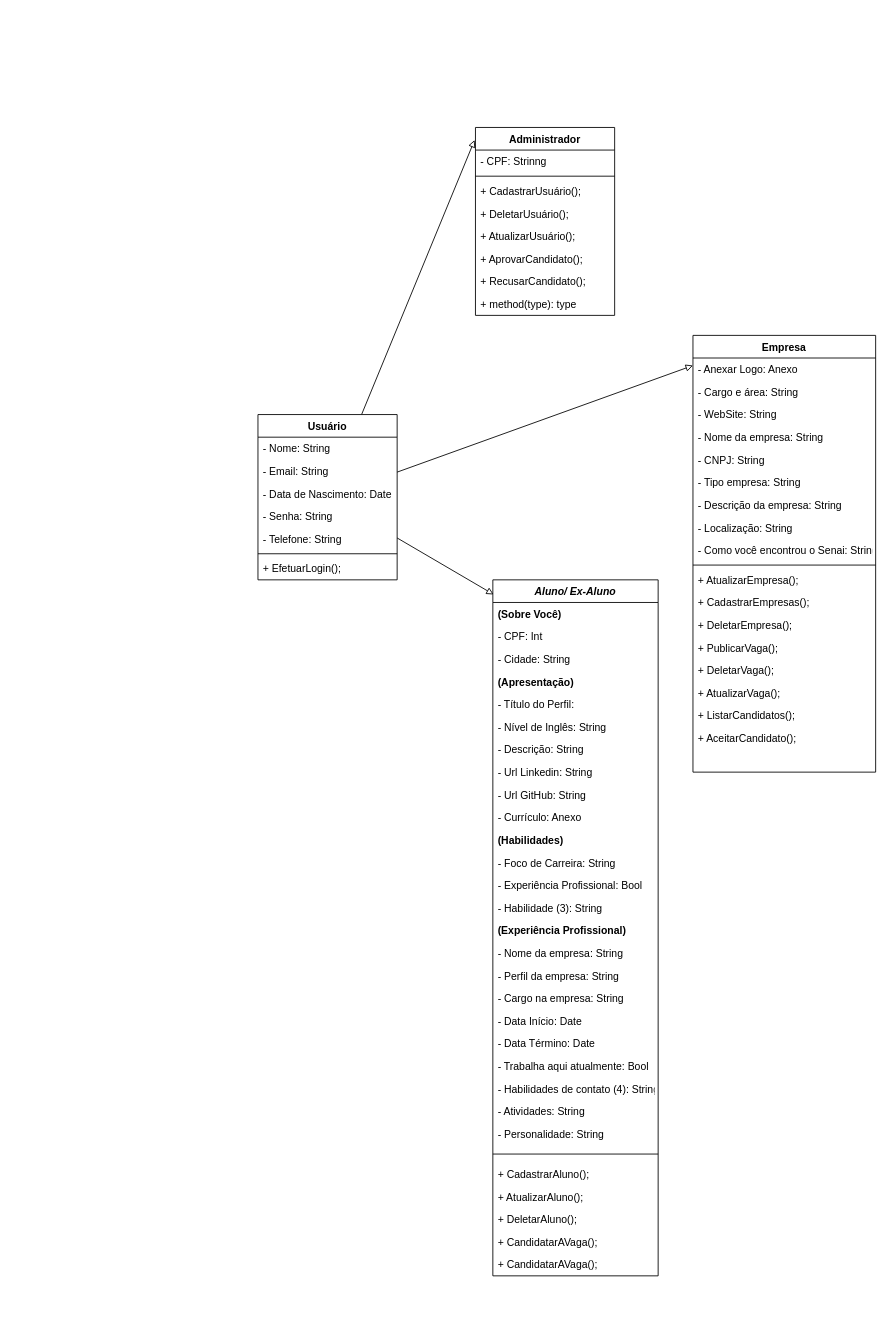
Earlier version of the draw.io diagram Diagramas/Diagrama de Classe.drawio (renansalvino/GoVagas). Source tidied: cells renumbered, new cells numbered last; positions are measured from the earlier drawing's top-left corner, leaving out a move shared by most shapes. Both pictures are drawn from the tidied source at 87%, with x=0, y=0 at pixel (258, 127).
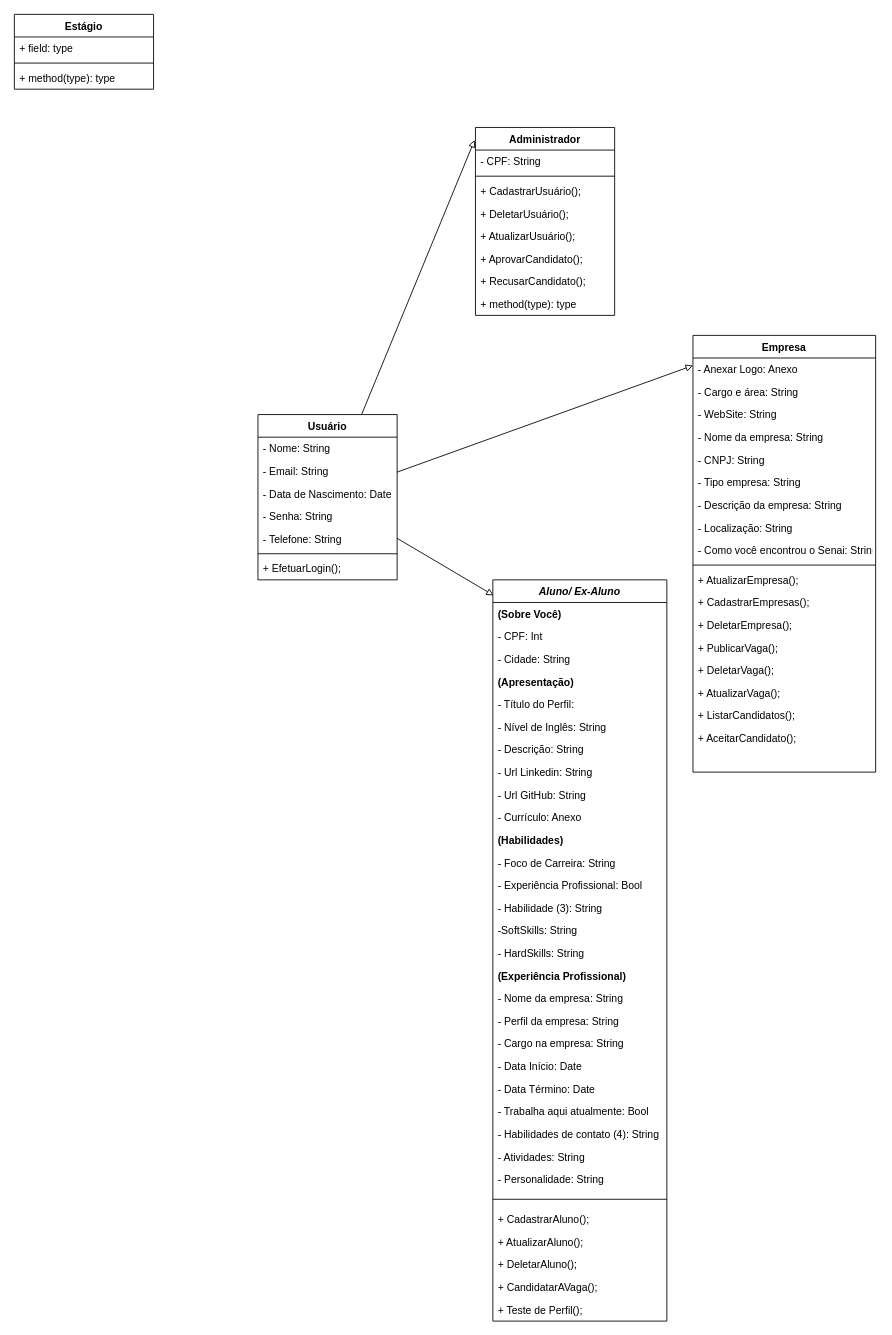
After the change.

Commit message:
Alteração de alguns elementos no diagrama de classe. Fazer tabela de estágio

Unchanged cells that the change refers to:
```xml
<mxCell id="4" value="Administrador" style="swimlane;fontStyle=1;align=center;verticalAlign=top;horizontal=1;startSize=26;" parent="1" vertex="1">
  <mxGeometry x="250" width="160" height="216" as="geometry" />
</mxCell>
```

Change to the diagram source:
```diff
@@
-    <mxCell id="5" value="- CPF: Strinng" style="text;strokeColor=none;fillColor=none;align=left;verticalAlign=top;spacingLeft=4;spacingRight=4;overflow=hidden;" parent="4" vertex="1">
+    <mxCell id="5" value="- CPF: String" style="text;strokeColor=none;fillColor=none;align=left;verticalAlign=top;spacingLeft=4;spacingRight=4;overflow=hidden;" parent="4" vertex="1">
       <mxGeometry y="26" width="160" height="26" as="geometry" />
     </mxCell>
@@
     <mxCell id="41" value="Aluno/ Ex-Aluno" style="swimlane;fontStyle=3;align=center;verticalAlign=top;horizontal=1;startSize=26;rounded=0;shadow=0;strokeWidth=1;" parent="1" vertex="1">
-      <mxGeometry x="270" y="520" width="190" height="800" as="geometry" />
+      <mxGeometry x="270" y="520" width="200" height="852" as="geometry" />
     </mxCell>
     <mxCell id="42" value="(Sobre Você)" style="text;align=left;verticalAlign=top;spacingLeft=4;spacingRight=4;overflow=hidden;rounded=0;shadow=0;html=0;fontStyle=1;" parent="41" vertex="1">
-      <mxGeometry y="26" width="190" height="26" as="geometry" />
+      <mxGeometry y="26" width="200" height="26" as="geometry" />
     </mxCell>
     <mxCell id="43" value="- CPF: Int" style="text;align=left;verticalAlign=top;spacingLeft=4;spacingRight=4;overflow=hidden;rounded=0;shadow=0;html=0;" parent="41" vertex="1">
-      <mxGeometry y="52" width="190" height="26" as="geometry" />
+      <mxGeometry y="52" width="200" height="26" as="geometry" />
     </mxCell>
     <mxCell id="44" value="- Cidade: String" style="text;align=left;verticalAlign=top;spacingLeft=4;spacingRight=4;overflow=hidden;rounded=0;shadow=0;html=0;" parent="41" vertex="1">
-      <mxGeometry y="78" width="190" height="26" as="geometry" />
+      <mxGeometry y="78" width="200" height="26" as="geometry" />
     </mxCell>
     <mxCell id="45" value="(Apresentação)" style="text;align=left;verticalAlign=top;spacingLeft=4;spacingRight=4;overflow=hidden;rounded=0;shadow=0;html=0;fontStyle=1;" parent="41" vertex="1">
-      <mxGeometry y="104" width="190" height="26" as="geometry" />
+      <mxGeometry y="104" width="200" height="26" as="geometry" />
     </mxCell>
     <mxCell id="46" value="- Título do Perfil:" style="text;align=left;verticalAlign=top;spacingLeft=4;spacingRight=4;overflow=hidden;rounded=0;shadow=0;html=0;" parent="41" vertex="1">
-      <mxGeometry y="130" width="190" height="26" as="geometry" />
+      <mxGeometry y="130" width="200" height="26" as="geometry" />
     </mxCell>
     <mxCell id="47" value="- Nível de Inglês: String" style="text;align=left;verticalAlign=top;spacingLeft=4;spacingRight=4;overflow=hidden;rounded=0;shadow=0;html=0;" parent="41" vertex="1">
-      <mxGeometry y="156" width="190" height="26" as="geometry" />
+      <mxGeometry y="156" width="200" height="26" as="geometry" />
     </mxCell>
     <mxCell id="48" value="- Descrição: String" style="text;align=left;verticalAlign=top;spacingLeft=4;spacingRight=4;overflow=hidden;rounded=0;shadow=0;html=0;" parent="41" vertex="1">
-      <mxGeometry y="182" width="190" height="26" as="geometry" />
+      <mxGeometry y="182" width="200" height="26" as="geometry" />
     </mxCell>
     <mxCell id="49" value="- Url Linkedin: String" style="text;align=left;verticalAlign=top;spacingLeft=4;spacingRight=4;overflow=hidden;rounded=0;shadow=0;html=0;" parent="41" vertex="1">
-      <mxGeometry y="208" width="190" height="26" as="geometry" />
+      <mxGeometry y="208" width="200" height="26" as="geometry" />
     </mxCell>
     <mxCell id="50" value="- Url GitHub: String" style="text;align=left;verticalAlign=top;spacingLeft=4;spacingRight=4;overflow=hidden;rounded=0;shadow=0;html=0;" parent="41" vertex="1">
-      <mxGeometry y="234" width="190" height="26" as="geometry" />
+      <mxGeometry y="234" width="200" height="26" as="geometry" />
     </mxCell>
     <mxCell id="51" value="- Currículo: Anexo " style="text;align=left;verticalAlign=top;spacingLeft=4;spacingRight=4;overflow=hidden;rounded=0;shadow=0;html=0;" parent="41" vertex="1">
-      <mxGeometry y="260" width="190" height="26" as="geometry" />
+      <mxGeometry y="260" width="200" height="26" as="geometry" />
     </mxCell>
     <mxCell id="52" value="(Habilidades)" style="text;align=left;verticalAlign=top;spacingLeft=4;spacingRight=4;overflow=hidden;rounded=0;shadow=0;html=0;fontStyle=1;" parent="41" vertex="1">
-      <mxGeometry y="286" width="190" height="26" as="geometry" />
+      <mxGeometry y="286" width="200" height="26" as="geometry" />
     </mxCell>
     <mxCell id="53" value="- Foco de Carreira: String" style="text;align=left;verticalAlign=top;spacingLeft=4;spacingRight=4;overflow=hidden;rounded=0;shadow=0;html=0;" parent="41" vertex="1">
-      <mxGeometry y="312" width="190" height="26" as="geometry" />
+      <mxGeometry y="312" width="200" height="26" as="geometry" />
     </mxCell>
     <mxCell id="54" value="- Experiência Profissional: Bool" style="text;align=left;verticalAlign=top;spacingLeft=4;spacingRight=4;overflow=hidden;rounded=0;shadow=0;html=0;" parent="41" vertex="1">
-      <mxGeometry y="338" width="190" height="26" as="geometry" />
+      <mxGeometry y="338" width="200" height="26" as="geometry" />
     </mxCell>
     <mxCell id="55" value="- Habilidade (3): String " style="text;align=left;verticalAlign=top;spacingLeft=4;spacingRight=4;overflow=hidden;rounded=0;shadow=0;html=0;" parent="41" vertex="1">
-      <mxGeometry y="364" width="190" height="26" as="geometry" />
+      <mxGeometry y="364" width="200" height="26" as="geometry" />
     </mxCell>
+    <mxCell id="72" value="-SoftSkills: String" style="text;align=left;verticalAlign=top;spacingLeft=4;spacingRight=4;overflow=hidden;rounded=0;shadow=0;html=0;" parent="41" vertex="1">
+      <mxGeometry y="390" width="200" height="26" as="geometry" />
+    </mxCell>
+    <mxCell id="73" value="- HardSkills: String" style="text;align=left;verticalAlign=top;spacingLeft=4;spacingRight=4;overflow=hidden;rounded=0;shadow=0;html=0;" parent="41" vertex="1">
+      <mxGeometry y="416" width="200" height="26" as="geometry" />
+    </mxCell>
     <mxCell id="56" value="(Experiência Profissional)" style="text;align=left;verticalAlign=top;spacingLeft=4;spacingRight=4;overflow=hidden;rounded=0;shadow=0;html=0;fontStyle=1;" parent="41" vertex="1">
-      <mxGeometry y="390" width="190" height="26" as="geometry" />
+      <mxGeometry y="442" width="200" height="26" as="geometry" />
     </mxCell>
     <mxCell id="57" value="- Nome da empresa: String" style="text;align=left;verticalAlign=top;spacingLeft=4;spacingRight=4;overflow=hidden;rounded=0;shadow=0;html=0;" parent="41" vertex="1">
-      <mxGeometry y="416" width="190" height="26" as="geometry" />
+      <mxGeometry y="468" width="200" height="26" as="geometry" />
     </mxCell>
     <mxCell id="58" value="- Perfil da empresa: String&#10;" style="text;align=left;verticalAlign=top;spacingLeft=4;spacingRight=4;overflow=hidden;rounded=0;shadow=0;html=0;" parent="41" vertex="1">
-      <mxGeometry y="442" width="190" height="26" as="geometry" />
+      <mxGeometry y="494" width="200" height="26" as="geometry" />
     </mxCell>
     <mxCell id="59" value="- Cargo na empresa: String" style="text;align=left;verticalAlign=top;spacingLeft=4;spacingRight=4;overflow=hidden;rounded=0;shadow=0;html=0;" parent="41" vertex="1">
-      <mxGeometry y="468" width="190" height="26" as="geometry" />
+      <mxGeometry y="520" width="200" height="26" as="geometry" />
     </mxCell>
     <mxCell id="60" value="- Data Início: Date" style="text;align=left;verticalAlign=top;spacingLeft=4;spacingRight=4;overflow=hidden;rounded=0;shadow=0;html=0;" parent="41" vertex="1">
-      <mxGeometry y="494" width="190" height="26" as="geometry" />
+      <mxGeometry y="546" width="200" height="26" as="geometry" />
     </mxCell>
     <mxCell id="61" value="- Data Término: Date " style="text;align=left;verticalAlign=top;spacingLeft=4;spacingRight=4;overflow=hidden;rounded=0;shadow=0;html=0;" parent="41" vertex="1">
-      <mxGeometry y="520" width="190" height="26" as="geometry" />
+      <mxGeometry y="572" width="200" height="26" as="geometry" />
     </mxCell>
     <mxCell id="62" value="- Trabalha aqui atualmente: Bool" style="text;align=left;verticalAlign=top;spacingLeft=4;spacingRight=4;overflow=hidden;rounded=0;shadow=0;html=0;" parent="41" vertex="1">
-      <mxGeometry y="546" width="190" height="26" as="geometry" />
+      <mxGeometry y="598" width="200" height="26" as="geometry" />
     </mxCell>
     <mxCell id="63" value="- Habilidades de contato (4): String&#10;" style="text;align=left;verticalAlign=top;spacingLeft=4;spacingRight=4;overflow=hidden;rounded=0;shadow=0;html=0;" parent="41" vertex="1">
-      <mxGeometry y="572" width="190" height="26" as="geometry" />
+      <mxGeometry y="624" width="200" height="26" as="geometry" />
     </mxCell>
     <mxCell id="64" value="- Atividades: String" style="text;align=left;verticalAlign=top;spacingLeft=4;spacingRight=4;overflow=hidden;rounded=0;shadow=0;html=0;" parent="41" vertex="1">
-      <mxGeometry y="598" width="190" height="26" as="geometry" />
+      <mxGeometry y="650" width="200" height="26" as="geometry" />
     </mxCell>
     <mxCell id="65" value="- Personalidade: String&#10;" style="text;align=left;verticalAlign=top;spacingLeft=4;spacingRight=4;overflow=hidden;rounded=0;shadow=0;html=0;" parent="41" vertex="1">
-      <mxGeometry y="624" width="190" height="26" as="geometry" />
+      <mxGeometry y="676" width="200" height="26" as="geometry" />
     </mxCell>
     <mxCell id="66" style="line;html=1;strokeWidth=1;align=left;verticalAlign=middle;spacingTop=-1;spacingLeft=3;spacingRight=3;labelPosition=right;" parent="41" vertex="1">
-      <mxGeometry y="650" width="190" height="20" as="geometry" />
+      <mxGeometry y="702" width="200" height="20" as="geometry" />
     </mxCell>
     <mxCell id="67" value="+ CadastrarAluno();" style="text;align=left;verticalAlign=top;spacingLeft=4;spacingRight=4;overflow=hidden;rounded=0;shadow=0;html=0;" parent="41" vertex="1">
-      <mxGeometry y="670" width="190" height="26" as="geometry" />
+      <mxGeometry y="722" width="200" height="26" as="geometry" />
     </mxCell>
     <mxCell id="68" value="+ AtualizarAluno();&#10;" style="text;align=left;verticalAlign=top;spacingLeft=4;spacingRight=4;overflow=hidden;rounded=0;shadow=0;html=0;" parent="41" vertex="1">
-      <mxGeometry y="696" width="190" height="26" as="geometry" />
+      <mxGeometry y="748" width="200" height="26" as="geometry" />
     </mxCell>
     <mxCell id="69" value="+ DeletarAluno();" style="text;align=left;verticalAlign=top;spacingLeft=4;spacingRight=4;overflow=hidden;rounded=0;shadow=0;html=0;" parent="41" vertex="1">
-      <mxGeometry y="722" width="190" height="26" as="geometry" />
+      <mxGeometry y="774" width="200" height="26" as="geometry" />
     </mxCell>
     <mxCell id="70" value="+ CandidatarAVaga();" style="text;align=left;verticalAlign=top;spacingLeft=4;spacingRight=4;overflow=hidden;rounded=0;shadow=0;html=0;" parent="41" vertex="1">
-      <mxGeometry y="748" width="190" height="26" as="geometry" />
+      <mxGeometry y="800" width="200" height="26" as="geometry" />
     </mxCell>
-    <mxCell id="71" value="+ CandidatarAVaga();" style="text;align=left;verticalAlign=top;spacingLeft=4;spacingRight=4;overflow=hidden;rounded=0;shadow=0;html=0;" parent="41" vertex="1">
-      <mxGeometry y="774" width="190" height="26" as="geometry" />
-    </mxCell>
+    <mxCell id="74" value="+ Teste de Perfil();" style="text;align=left;verticalAlign=top;spacingLeft=4;spacingRight=4;overflow=hidden;rounded=0;shadow=0;html=0;" parent="41" vertex="1">
+      <mxGeometry y="826" width="200" height="26" as="geometry" />
+    </mxCell>
+    <mxCell id="75" value="Estágio" style="swimlane;fontStyle=1;align=center;verticalAlign=top;horizontal=1;startSize=26;" parent="1" vertex="1">
+      <mxGeometry x="-280" y="-130" width="160" height="86" as="geometry" />
+    </mxCell>
+    <mxCell id="76" value="+ field: type" style="text;strokeColor=none;fillColor=none;align=left;verticalAlign=top;spacingLeft=4;spacingRight=4;overflow=hidden;" parent="75" vertex="1">
+      <mxGeometry y="26" width="160" height="26" as="geometry" />
+    </mxCell>
+    <mxCell id="77" style="line;strokeWidth=1;fillColor=none;align=left;verticalAlign=middle;spacingTop=-1;spacingLeft=3;spacingRight=3;labelPosition=right;" parent="75" vertex="1">
+      <mxGeometry y="52" width="160" height="8" as="geometry" />
+    </mxCell>
+    <mxCell id="78" value="+ method(type): type" style="text;strokeColor=none;fillColor=none;align=left;verticalAlign=top;spacingLeft=4;spacingRight=4;overflow=hidden;" parent="75" vertex="1">
+      <mxGeometry y="60" width="160" height="26" as="geometry" />
+    </mxCell>
```
